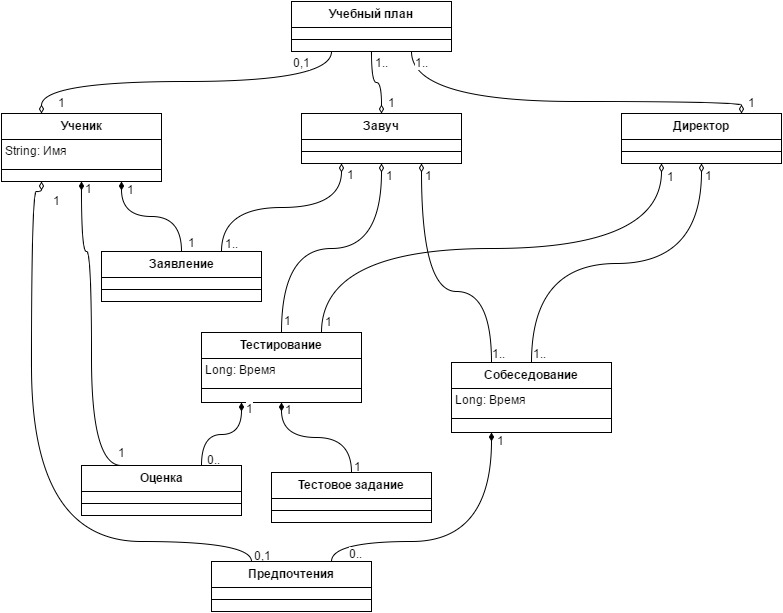
This is docs/Classes.png from Dmitriyev/softwareArc, a draw.io export, as it was before one commit. Source tidied: cells renumbered, new cells last; positions are measured from the earlier drawing's top-left corner, leaving out a move shared by most shapes.
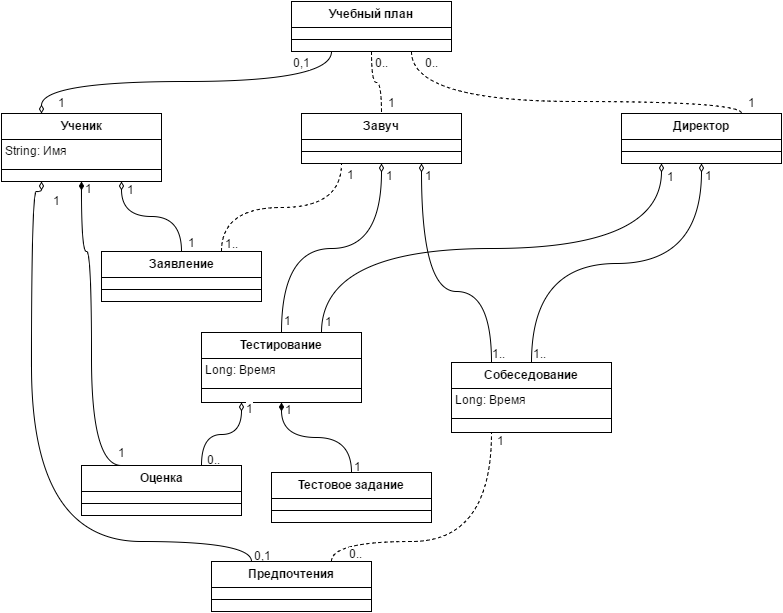
Later version of the same file.

The edit, as a diff of the source:
```diff
@@ -23,7 +23,7 @@
     <mxCell id="8" style="line;html=1;strokeWidth=1;fillColor=none;align=left;verticalAlign=middle;spacingTop=-1;spacingLeft=3;spacingRight=3;labelPosition=right;" parent="7" vertex="1">
       <mxGeometry y="26" width="160" height="24" as="geometry" />
     </mxCell>
-    <mxCell id="9" style="edgeStyle=orthogonalEdgeStyle;curved=1;rounded=0;html=1;exitX=0.5;exitY=0;entryX=0.75;entryY=1;shadow=0;endArrow=diamondThin;endFill=1;jettySize=auto;" parent="1" edge="1" source="15" target="4">
+    <mxCell id="9" style="edgeStyle=orthogonalEdgeStyle;curved=1;rounded=0;html=1;exitX=0.5;exitY=0;entryX=0.75;entryY=1;shadow=0;endArrow=diamondThin;endFill=0;jettySize=auto;" parent="1" edge="1" source="15" target="4">
       <mxGeometry relative="1" as="geometry">
         <Array as="points">
           <mxPoint x="180" y="215" />
@@ -41,7 +41,7 @@
         <mxPoint x="8" y="-8" as="offset" />
       </mxGeometry>
     </mxCell>
-    <mxCell id="12" style="edgeStyle=orthogonalEdgeStyle;curved=1;rounded=0;html=1;exitX=0.75;exitY=0;entryX=0.25;entryY=1;shadow=0;endArrow=diamondThin;endFill=0;jettySize=auto;" parent="1" edge="1" source="15" target="7">
+    <mxCell id="12" style="edgeStyle=orthogonalEdgeStyle;curved=1;rounded=0;html=1;exitX=0.75;exitY=0;entryX=0.25;entryY=1;shadow=0;endArrow=none;endFill=0;jettySize=auto;dashed=1;" parent="1" edge="1" source="15" target="7">
       <mxGeometry relative="1" as="geometry" />
     </mxCell>
     <mxCell id="13" value="1.." style="text;html=1;align=center;verticalAlign=middle;labelBackgroundColor=#ffffff;" parent="12" vertex="1">
@@ -114,7 +114,7 @@
     <mxCell id="30" style="line;html=1;strokeWidth=1;fillColor=none;align=left;verticalAlign=middle;spacingTop=-1;spacingLeft=3;spacingRight=3;labelPosition=right;" parent="29" vertex="1">
       <mxGeometry y="26" width="160" height="24" as="geometry" />
     </mxCell>
-    <mxCell id="31" style="edgeStyle=orthogonalEdgeStyle;curved=1;rounded=0;html=1;exitX=0.75;exitY=0;entryX=0.25;entryY=1;shadow=0;endArrow=diamondThin;endFill=1;jettySize=auto;" parent="1" edge="1" source="37" target="23">
+    <mxCell id="31" style="edgeStyle=orthogonalEdgeStyle;curved=1;rounded=0;html=1;exitX=0.75;exitY=0;entryX=0.25;entryY=1;shadow=0;endArrow=diamondThin;endFill=0;jettySize=auto;" parent="1" edge="1" source="37" target="23">
       <mxGeometry relative="1" as="geometry" />
     </mxCell>
     <mxCell id="32" value="1" style="text;html=1;align=center;verticalAlign=middle;labelBackgroundColor=#ffffff;" parent="31" vertex="1">
@@ -212,7 +212,7 @@
         <mxPoint x="16" y="8" as="offset" />
       </mxGeometry>
     </mxCell>
-    <mxCell id="51" style="edgeStyle=orthogonalEdgeStyle;curved=1;rounded=0;html=1;exitX=0.75;exitY=0;entryX=0.25;entryY=1;shadow=0;endArrow=diamondThin;endFill=1;jettySize=auto;" parent="1" edge="1" source="54" target="45">
+    <mxCell id="51" style="edgeStyle=orthogonalEdgeStyle;curved=1;rounded=0;html=1;exitX=0.75;exitY=0;entryX=0.25;entryY=1;shadow=0;endArrow=none;endFill=0;jettySize=auto;dashed=1;" parent="1" edge="1" source="54" target="45">
       <mxGeometry relative="1" as="geometry">
         <Array as="points">
           <mxPoint x="330" y="540" />
@@ -236,7 +236,7 @@
     <mxCell id="55" style="line;html=1;strokeWidth=1;fillColor=none;align=left;verticalAlign=middle;spacingTop=-1;spacingLeft=3;spacingRight=3;labelPosition=right;" parent="54" vertex="1">
       <mxGeometry y="26" width="160" height="24" as="geometry" />
     </mxCell>
-    <mxCell id="56" style="edgeStyle=orthogonalEdgeStyle;curved=1;rounded=0;html=1;exitX=0.75;exitY=1;entryX=0.75;entryY=0;shadow=0;endArrow=diamondThin;endFill=0;jettySize=auto;" parent="1" edge="1" source="65" target="2">
+    <mxCell id="56" style="edgeStyle=orthogonalEdgeStyle;curved=1;rounded=0;html=1;exitX=0.75;exitY=1;entryX=0.75;entryY=0;shadow=0;endArrow=none;endFill=0;jettySize=auto;dashed=1;" parent="1" edge="1" source="65" target="2">
       <mxGeometry relative="1" as="geometry">
         <Array as="points">
           <mxPoint x="410" y="100" />
@@ -249,12 +249,12 @@
         <mxPoint x="12" y="-7" as="offset" />
       </mxGeometry>
     </mxCell>
-    <mxCell id="58" value="1.." style="text;html=1;align=center;verticalAlign=middle;labelBackgroundColor=#ffffff;" parent="56" vertex="1">
+    <mxCell id="58" value="0.." style="text;html=1;align=center;verticalAlign=middle;labelBackgroundColor=#ffffff;" parent="56" vertex="1">
       <mxGeometry x="-0.97" y="-1" relative="1" as="geometry">
-        <mxPoint x="11" y="4" as="offset" />
+        <mxPoint x="21" y="4" as="offset" />
       </mxGeometry>
     </mxCell>
-    <mxCell id="59" style="rounded=0;html=1;exitX=0.5;exitY=1;shadow=0;endArrow=diamondThin;endFill=0;jettySize=auto;entryX=0.5;entryY=0;edgeStyle=orthogonalEdgeStyle;curved=1;" parent="1" edge="1" source="65" target="7">
+    <mxCell id="59" style="rounded=0;html=1;exitX=0.5;exitY=1;shadow=0;endArrow=none;endFill=0;jettySize=auto;entryX=0.5;entryY=0;edgeStyle=orthogonalEdgeStyle;curved=1;dashed=1;" parent="1" edge="1" source="65" target="7">
       <mxGeometry relative="1" as="geometry" />
     </mxCell>
     <mxCell id="60" value="1" style="text;html=1;align=center;verticalAlign=middle;labelBackgroundColor=#ffffff;" parent="59" vertex="1">
@@ -262,7 +262,7 @@
         <mxPoint x="12" y="-10" as="offset" />
       </mxGeometry>
     </mxCell>
-    <mxCell id="61" value="1.." style="text;html=1;align=center;verticalAlign=middle;labelBackgroundColor=#ffffff;" parent="59" vertex="1">
+    <mxCell id="61" value="0.." style="text;html=1;align=center;verticalAlign=middle;labelBackgroundColor=#ffffff;" parent="59" vertex="1">
       <mxGeometry x="-0.96" y="-1" relative="1" as="geometry">
         <mxPoint x="11" y="9" as="offset" />
       </mxGeometry>
```
